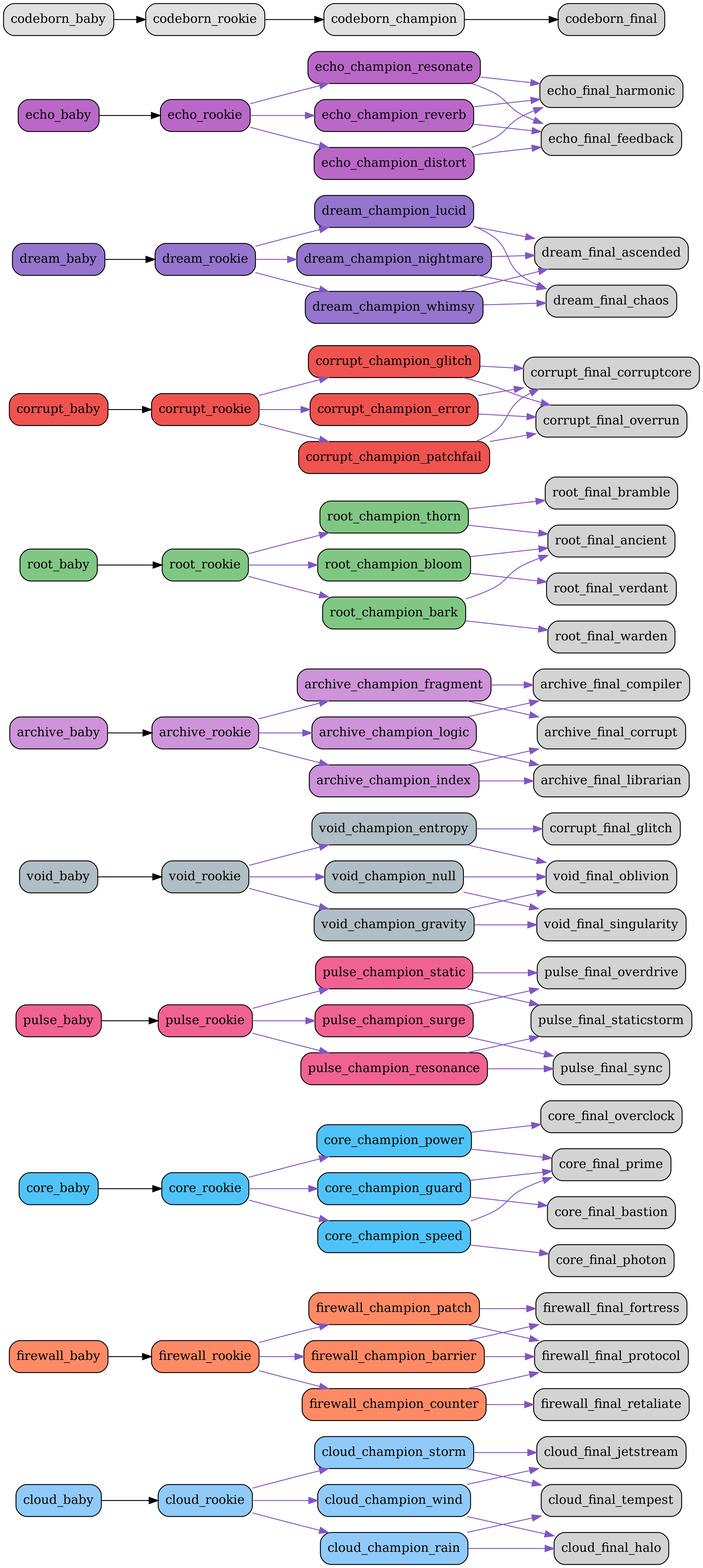
Earlier version of the Graphviz export src/netgrid/systems/evolution/graphs/full/evolution_graph.png (bwlight/NetGrid). Its source is kept beside it as src/netgrid/systems/evolution/graphs/full/evolution_graph.dot.
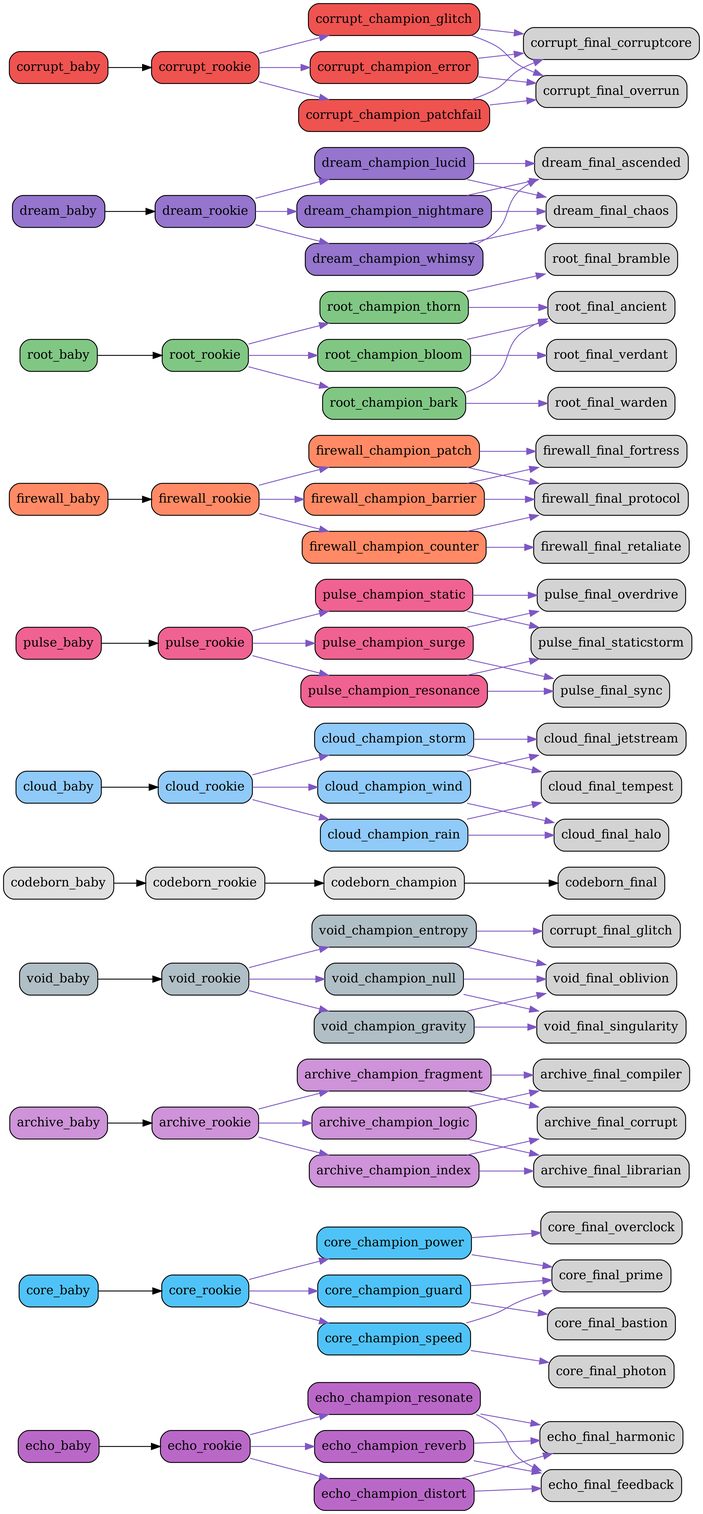
Later version of the same file.

Commit message:
Auto-update evolution graphs

What changed in the source:
```diff
@@ -1,6 +1,72 @@
 digraph EvolutionTree {
   rankdir=LR;
   node [shape=box, style="rounded,filled"];
+  "echo_baby" [fillcolor="#ba68c8"];
+  "echo_baby" -> "echo_rookie";
+  "echo_rookie" [fillcolor="#ba68c8"];
+  "echo_rookie" -> "echo_champion_resonate" [color="#7e57c2"];
+  "echo_rookie" -> "echo_champion_reverb" [color="#7e57c2"];
+  "echo_rookie" -> "echo_champion_distort" [color="#7e57c2"];
+  "echo_champion_resonate" [fillcolor="#ba68c8"];
+  "echo_champion_resonate" -> "echo_final_harmonic" [color="#7e57c2"];
+  "echo_champion_resonate" -> "echo_final_feedback" [color="#7e57c2"];
+  "echo_champion_reverb" [fillcolor="#ba68c8"];
+  "echo_champion_reverb" -> "echo_final_feedback" [color="#7e57c2"];
+  "echo_champion_reverb" -> "echo_final_harmonic" [color="#7e57c2"];
+  "echo_champion_distort" [fillcolor="#ba68c8"];
+  "echo_champion_distort" -> "echo_final_feedback" [color="#7e57c2"];
+  "echo_champion_distort" -> "echo_final_harmonic" [color="#7e57c2"];
+  "core_baby" [fillcolor="#4fc3f7"];
+  "core_baby" -> "core_rookie";
+  "core_rookie" [fillcolor="#4fc3f7"];
+  "core_rookie" -> "core_champion_power" [color="#7e57c2"];
+  "core_rookie" -> "core_champion_guard" [color="#7e57c2"];
+  "core_rookie" -> "core_champion_speed" [color="#7e57c2"];
+  "core_champion_power" [fillcolor="#4fc3f7"];
+  "core_champion_power" -> "core_final_overclock" [color="#7e57c2"];
+  "core_champion_power" -> "core_final_prime" [color="#7e57c2"];
+  "core_champion_guard" [fillcolor="#4fc3f7"];
+  "core_champion_guard" -> "core_final_bastion" [color="#7e57c2"];
+  "core_champion_guard" -> "core_final_prime" [color="#7e57c2"];
+  "core_champion_speed" [fillcolor="#4fc3f7"];
+  "core_champion_speed" -> "core_final_photon" [color="#7e57c2"];
+  "core_champion_speed" -> "core_final_prime" [color="#7e57c2"];
+  "archive_baby" [fillcolor="#ce93d8"];
+  "archive_baby" -> "archive_rookie";
+  "archive_rookie" [fillcolor="#ce93d8"];
+  "archive_rookie" -> "archive_champion_logic" [color="#7e57c2"];
+  "archive_rookie" -> "archive_champion_index" [color="#7e57c2"];
+  "archive_rookie" -> "archive_champion_fragment" [color="#7e57c2"];
+  "archive_champion_logic" [fillcolor="#ce93d8"];
+  "archive_champion_logic" -> "archive_final_compiler" [color="#7e57c2"];
+  "archive_champion_logic" -> "archive_final_librarian" [color="#7e57c2"];
+  "archive_champion_index" [fillcolor="#ce93d8"];
+  "archive_champion_index" -> "archive_final_librarian" [color="#7e57c2"];
+  "archive_champion_index" -> "archive_final_corrupt" [color="#7e57c2"];
+  "archive_champion_fragment" [fillcolor="#ce93d8"];
+  "archive_champion_fragment" -> "archive_final_corrupt" [color="#7e57c2"];
+  "archive_champion_fragment" -> "archive_final_compiler" [color="#7e57c2"];
+  "void_baby" [fillcolor="#b0bec5"];
+  "void_baby" -> "void_rookie";
+  "void_rookie" [fillcolor="#b0bec5"];
+  "void_rookie" -> "void_champion_entropy" [color="#7e57c2"];
+  "void_rookie" -> "void_champion_gravity" [color="#7e57c2"];
+  "void_rookie" -> "void_champion_null" [color="#7e57c2"];
+  "void_champion_entropy" [fillcolor="#b0bec5"];
+  "void_champion_entropy" -> "corrupt_final_glitch" [color="#7e57c2"];
+  "void_champion_entropy" -> "void_final_oblivion" [color="#7e57c2"];
+  "void_champion_gravity" [fillcolor="#b0bec5"];
+  "void_champion_gravity" -> "void_final_singularity" [color="#7e57c2"];
+  "void_champion_gravity" -> "void_final_oblivion" [color="#7e57c2"];
+  "void_champion_null" [fillcolor="#b0bec5"];
+  "void_champion_null" -> "void_final_oblivion" [color="#7e57c2"];
+  "void_champion_null" -> "void_final_singularity" [color="#7e57c2"];
+  "codeborn_baby" [fillcolor="#e0e0e0"];
+  "codeborn_baby" -> "codeborn_rookie";
+  "codeborn_rookie" [fillcolor="#e0e0e0"];
+  "codeborn_rookie" -> "codeborn_champion";
+  "codeborn_champion" [fillcolor="#e0e0e0"];
+  "codeborn_champion" -> "codeborn_final";
   "cloud_baby" [fillcolor="#90caf9"];
   "cloud_baby" -> "cloud_rookie";
   "cloud_rookie" [fillcolor="#90caf9"];
@@ -16,6 +82,21 @@
   "cloud_champion_storm" [fillcolor="#90caf9"];
   "cloud_champion_storm" -> "cloud_final_tempest" [color="#7e57c2"];
   "cloud_champion_storm" -> "cloud_final_jetstream" [color="#7e57c2"];
+  "pulse_baby" [fillcolor="#f06292"];
+  "pulse_baby" -> "pulse_rookie";
+  "pulse_rookie" [fillcolor="#f06292"];
+  "pulse_rookie" -> "pulse_champion_surge" [color="#7e57c2"];
+  "pulse_rookie" -> "pulse_champion_resonance" [color="#7e57c2"];
+  "pulse_rookie" -> "pulse_champion_static" [color="#7e57c2"];
+  "pulse_champion_surge" [fillcolor="#f06292"];
+  "pulse_champion_surge" -> "pulse_final_overdrive" [color="#7e57c2"];
+  "pulse_champion_surge" -> "pulse_final_sync" [color="#7e57c2"];
+  "pulse_champion_resonance" [fillcolor="#f06292"];
+  "pulse_champion_resonance" -> "pulse_final_sync" [color="#7e57c2"];
+  "pulse_champion_resonance" -> "pulse_final_staticstorm" [color="#7e57c2"];
+  "pulse_champion_static" [fillcolor="#f06292"];
+  "pulse_champion_static" -> "pulse_final_staticstorm" [color="#7e57c2"];
+  "pulse_champion_static" -> "pulse_final_overdrive" [color="#7e57c2"];
   "firewall_baby" [fillcolor="#ff8a65"];
   "firewall_baby" -> "firewall_rookie";
   "firewall_rookie" [fillcolor="#ff8a65"];
@@ -31,66 +112,6 @@
   "firewall_champion_patch" [fillcolor="#ff8a65"];
   "firewall_champion_patch" -> "firewall_final_protocol" [color="#7e57c2"];
   "firewall_champion_patch" -> "firewall_final_fortress" [color="#7e57c2"];
-  "core_baby" [fillcolor="#4fc3f7"];
-  "core_baby" -> "core_rookie";
-  "core_rookie" [fillcolor="#4fc3f7"];
-  "core_rookie" -> "core_champion_power" [color="#7e57c2"];
-  "core_rookie" -> "core_champion_guard" [color="#7e57c2"];
-  "core_rookie" -> "core_champion_speed" [color="#7e57c2"];
-  "core_champion_power" [fillcolor="#4fc3f7"];
-  "core_champion_power" -> "core_final_overclock" [color="#7e57c2"];
-  "core_champion_power" -> "core_final_prime" [color="#7e57c2"];
-  "core_champion_guard" [fillcolor="#4fc3f7"];
-  "core_champion_guard" -> "core_final_bastion" [color="#7e57c2"];
-  "core_champion_guard" -> "core_final_prime" [color="#7e57c2"];
-  "core_champion_speed" [fillcolor="#4fc3f7"];
-  "core_champion_speed" -> "core_final_photon" [color="#7e57c2"];
-  "core_champion_speed" -> "core_final_prime" [color="#7e57c2"];
-  "pulse_baby" [fillcolor="#f06292"];
-  "pulse_baby" -> "pulse_rookie";
-  "pulse_rookie" [fillcolor="#f06292"];
-  "pulse_rookie" -> "pulse_champion_surge" [color="#7e57c2"];
-  "pulse_rookie" -> "pulse_champion_resonance" [color="#7e57c2"];
-  "pulse_rookie" -> "pulse_champion_static" [color="#7e57c2"];
-  "pulse_champion_surge" [fillcolor="#f06292"];
-  "pulse_champion_surge" -> "pulse_final_overdrive" [color="#7e57c2"];
-  "pulse_champion_surge" -> "pulse_final_sync" [color="#7e57c2"];
-  "pulse_champion_resonance" [fillcolor="#f06292"];
-  "pulse_champion_resonance" -> "pulse_final_sync" [color="#7e57c2"];
-  "pulse_champion_resonance" -> "pulse_final_staticstorm" [color="#7e57c2"];
-  "pulse_champion_static" [fillcolor="#f06292"];
-  "pulse_champion_static" -> "pulse_final_staticstorm" [color="#7e57c2"];
-  "pulse_champion_static" -> "pulse_final_overdrive" [color="#7e57c2"];
-  "void_baby" [fillcolor="#b0bec5"];
-  "void_baby" -> "void_rookie";
-  "void_rookie" [fillcolor="#b0bec5"];
-  "void_rookie" -> "void_champion_entropy" [color="#7e57c2"];
-  "void_rookie" -> "void_champion_gravity" [color="#7e57c2"];
-  "void_rookie" -> "void_champion_null" [color="#7e57c2"];
-  "void_champion_entropy" [fillcolor="#b0bec5"];
-  "void_champion_entropy" -> "corrupt_final_glitch" [color="#7e57c2"];
-  "void_champion_entropy" -> "void_final_oblivion" [color="#7e57c2"];
-  "void_champion_gravity" [fillcolor="#b0bec5"];
-  "void_champion_gravity" -> "void_final_singularity" [color="#7e57c2"];
-  "void_champion_gravity" -> "void_final_oblivion" [color="#7e57c2"];
-  "void_champion_null" [fillcolor="#b0bec5"];
-  "void_champion_null" -> "void_final_oblivion" [color="#7e57c2"];
-  "void_champion_null" -> "void_final_singularity" [color="#7e57c2"];
-  "archive_baby" [fillcolor="#ce93d8"];
-  "archive_baby" -> "archive_rookie";
-  "archive_rookie" [fillcolor="#ce93d8"];
-  "archive_rookie" -> "archive_champion_logic" [color="#7e57c2"];
-  "archive_rookie" -> "archive_champion_index" [color="#7e57c2"];
-  "archive_rookie" -> "archive_champion_fragment" [color="#7e57c2"];
-  "archive_champion_logic" [fillcolor="#ce93d8"];
-  "archive_champion_logic" -> "archive_final_compiler" [color="#7e57c2"];
-  "archive_champion_logic" -> "archive_final_librarian" [color="#7e57c2"];
-  "archive_champion_index" [fillcolor="#ce93d8"];
-  "archive_champion_index" -> "archive_final_librarian" [color="#7e57c2"];
-  "archive_champion_index" -> "archive_final_corrupt" [color="#7e57c2"];
-  "archive_champion_fragment" [fillcolor="#ce93d8"];
-  "archive_champion_fragment" -> "archive_final_corrupt" [color="#7e57c2"];
-  "archive_champion_fragment" -> "archive_final_compiler" [color="#7e57c2"];
   "root_baby" [fillcolor="#81c784"];
   "root_baby" -> "root_rookie";
   "root_rookie" [fillcolor="#81c784"];
@@ -106,6 +127,21 @@
   "root_champion_bark" [fillcolor="#81c784"];
   "root_champion_bark" -> "root_final_warden" [color="#7e57c2"];
   "root_champion_bark" -> "root_final_ancient" [color="#7e57c2"];
+  "dream_baby" [fillcolor="#9575cd"];
+  "dream_baby" -> "dream_rookie";
+  "dream_rookie" [fillcolor="#9575cd"];
+  "dream_rookie" -> "dream_champion_lucid" [color="#7e57c2"];
+  "dream_rookie" -> "dream_champion_nightmare" [color="#7e57c2"];
+  "dream_rookie" -> "dream_champion_whimsy" [color="#7e57c2"];
+  "dream_champion_lucid" [fillcolor="#9575cd"];
+  "dream_champion_lucid" -> "dream_final_ascended" [color="#7e57c2"];
+  "dream_champion_lucid" -> "dream_final_chaos" [color="#7e57c2"];
+  "dream_champion_nightmare" [fillcolor="#9575cd"];
+  "dream_champion_nightmare" -> "dream_final_chaos" [color="#7e57c2"];
+  "dream_champion_nightmare" -> "dream_final_ascended" [color="#7e57c2"];
+  "dream_champion_whimsy" [fillcolor="#9575cd"];
+  "dream_champion_whimsy" -> "dream_final_ascended" [color="#7e57c2"];
+  "dream_champion_whimsy" -> "dream_final_chaos" [color="#7e57c2"];
   "corrupt_baby" [fillcolor="#ef5350"];
   "corrupt_baby" -> "corrupt_rookie";
   "corrupt_rookie" [fillcolor="#ef5350"];
@@ -121,40 +157,4 @@
   "corrupt_champion_patchfail" [fillcolor="#ef5350"];
   "corrupt_champion_patchfail" -> "corrupt_final_corruptcore" [color="#7e57c2"];
   "corrupt_champion_patchfail" -> "corrupt_final_overrun" [color="#7e57c2"];
-  "dream_baby" [fillcolor="#9575cd"];
-  "dream_baby" -> "dream_rookie";
-  "dream_rookie" [fillcolor="#9575cd"];
-  "dream_rookie" -> "dream_champion_lucid" [color="#7e57c2"];
-  "dream_rookie" -> "dream_champion_nightmare" [color="#7e57c2"];
-  "dream_rookie" -> "dream_champion_whimsy" [color="#7e57c2"];
-  "dream_champion_lucid" [fillcolor="#9575cd"];
-  "dream_champion_lucid" -> "dream_final_ascended" [color="#7e57c2"];
-  "dream_champion_lucid" -> "dream_final_chaos" [color="#7e57c2"];
-  "dream_champion_nightmare" [fillcolor="#9575cd"];
-  "dream_champion_nightmare" -> "dream_final_chaos" [color="#7e57c2"];
-  "dream_champion_nightmare" -> "dream_final_ascended" [color="#7e57c2"];
-  "dream_champion_whimsy" [fillcolor="#9575cd"];
-  "dream_champion_whimsy" -> "dream_final_ascended" [color="#7e57c2"];
-  "dream_champion_whimsy" -> "dream_final_chaos" [color="#7e57c2"];
-  "echo_baby" [fillcolor="#ba68c8"];
-  "echo_baby" -> "echo_rookie";
-  "echo_rookie" [fillcolor="#ba68c8"];
-  "echo_rookie" -> "echo_champion_resonate" [color="#7e57c2"];
-  "echo_rookie" -> "echo_champion_reverb" [color="#7e57c2"];
-  "echo_rookie" -> "echo_champion_distort" [color="#7e57c2"];
-  "echo_champion_resonate" [fillcolor="#ba68c8"];
-  "echo_champion_resonate" -> "echo_final_harmonic" [color="#7e57c2"];
-  "echo_champion_resonate" -> "echo_final_feedback" [color="#7e57c2"];
-  "echo_champion_reverb" [fillcolor="#ba68c8"];
-  "echo_champion_reverb" -> "echo_final_feedback" [color="#7e57c2"];
-  "echo_champion_reverb" -> "echo_final_harmonic" [color="#7e57c2"];
-  "echo_champion_distort" [fillcolor="#ba68c8"];
-  "echo_champion_distort" -> "echo_final_feedback" [color="#7e57c2"];
-  "echo_champion_distort" -> "echo_final_harmonic" [color="#7e57c2"];
-  "codeborn_baby" [fillcolor="#e0e0e0"];
-  "codeborn_baby" -> "codeborn_rookie";
-  "codeborn_rookie" [fillcolor="#e0e0e0"];
-  "codeborn_rookie" -> "codeborn_champion";
-  "codeborn_champion" [fillcolor="#e0e0e0"];
-  "codeborn_champion" -> "codeborn_final";
 }
```
